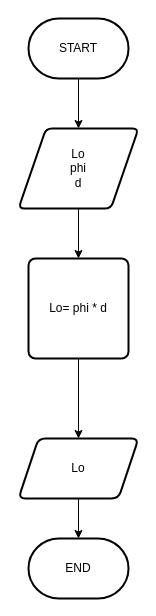
This is Luas Lingkaran.drawio from Vanvill027/Algo_B_23241075_2, a draw.io file, before an edit. Source tidied: cells renumbered, new cells numbered last; positions are measured from the earlier drawing's top-left corner, leaving out a move shared by most shapes. Both pictures are drawn from the tidied source at 100%, with x=0, y=0 at pixel (18, 18).
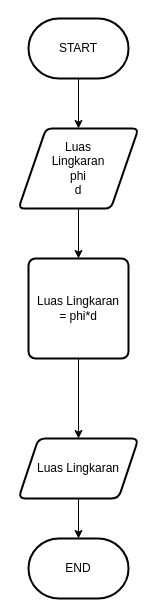
Above is the later version.

Diff of the diagram source:
```diff
@@
 <mxGraphModel>
   <root>
     <mxCell id="0" />
     <mxCell id="1" parent="0" />
     <mxCell id="2" style="edgeStyle=orthogonalEdgeStyle;rounded=0;jettySize=auto;html=1;" parent="1" edge="1" source="3" target="5">
       <mxGeometry relative="1" as="geometry" />
     </mxCell>
-    <mxCell id="3" value="Lo&lt;br&gt;phi&lt;br&gt;d" style="shape=parallelogram;html=1;strokeWidth=2;perimeter=parallelogramPerimeter;whiteSpace=wrap;rounded=1;arcSize=12;size=0.23;" parent="1" vertex="1">
+    <mxCell id="3" value="Luas&lt;br&gt;Lingkaran&lt;br&gt;phi&lt;br&gt;d" style="shape=parallelogram;html=1;strokeWidth=2;perimeter=parallelogramPerimeter;whiteSpace=wrap;rounded=1;arcSize=12;size=0.23;" parent="1" vertex="1">
       <mxGeometry y="110" width="120" height="80" as="geometry" />
     </mxCell>
     <mxCell id="4" style="edgeStyle=orthogonalEdgeStyle;rounded=0;jettySize=auto;html=1;" parent="1" edge="1" source="5" target="6">
       <mxGeometry relative="1" as="geometry" />
     </mxCell>
-    <mxCell id="5" value="Lo= phi * d" style="rounded=1;whiteSpace=wrap;html=1;absoluteArcSize=1;arcSize=14;strokeWidth=2;" parent="1" vertex="1">
+    <mxCell id="5" value="Luas Lingkaran&lt;br&gt;= phi*d" style="rounded=1;whiteSpace=wrap;html=1;absoluteArcSize=1;arcSize=14;strokeWidth=2;" parent="1" vertex="1">
       <mxGeometry x="10" y="240" width="100" height="100" as="geometry" />
     </mxCell>
-    <mxCell id="6" value="Lo" style="shape=parallelogram;perimeter=parallelogramPerimeter;whiteSpace=wrap;html=1;fixedSize=1;rounded=1;arcSize=14;strokeWidth=2;" parent="1" vertex="1">
+    <mxCell id="6" value="Luas Lingkaran" style="shape=parallelogram;perimeter=parallelogramPerimeter;whiteSpace=wrap;html=1;fixedSize=1;rounded=1;arcSize=14;strokeWidth=2;" parent="1" vertex="1">
       <mxGeometry y="420" width="120" height="60" as="geometry" />
     </mxCell>
     <mxCell id="7" value="END" style="strokeWidth=2;html=1;shape=mxgraph.flowchart.terminator;whiteSpace=wrap;" parent="1" vertex="1">
       <mxGeometry x="10" y="520" width="100" height="60" as="geometry" />
     </mxCell>
     <mxCell id="8" style="edgeStyle=orthogonalEdgeStyle;rounded=0;jettySize=auto;html=1;exitX=0.5;exitY=1;exitDx=0;exitDy=0;entryX=0.5;entryY=0;entryDx=0;entryDy=0;entryPerimeter=0;" parent="1" edge="1" source="6" target="7">
       <mxGeometry relative="1" as="geometry" />
     </mxCell>
     <mxCell id="9" style="edgeStyle=orthogonalEdgeStyle;rounded=0;jettySize=auto;html=1;" parent="1" edge="1" source="10" target="3">
       <mxGeometry relative="1" as="geometry" />
     </mxCell>
     <mxCell id="10" value="START" style="strokeWidth=2;html=1;shape=mxgraph.flowchart.terminator;whiteSpace=wrap;" parent="1" vertex="1">
       <mxGeometry x="10" width="100" height="60" as="geometry" />
     </mxCell>
   </root>
 </mxGraphModel>
```
